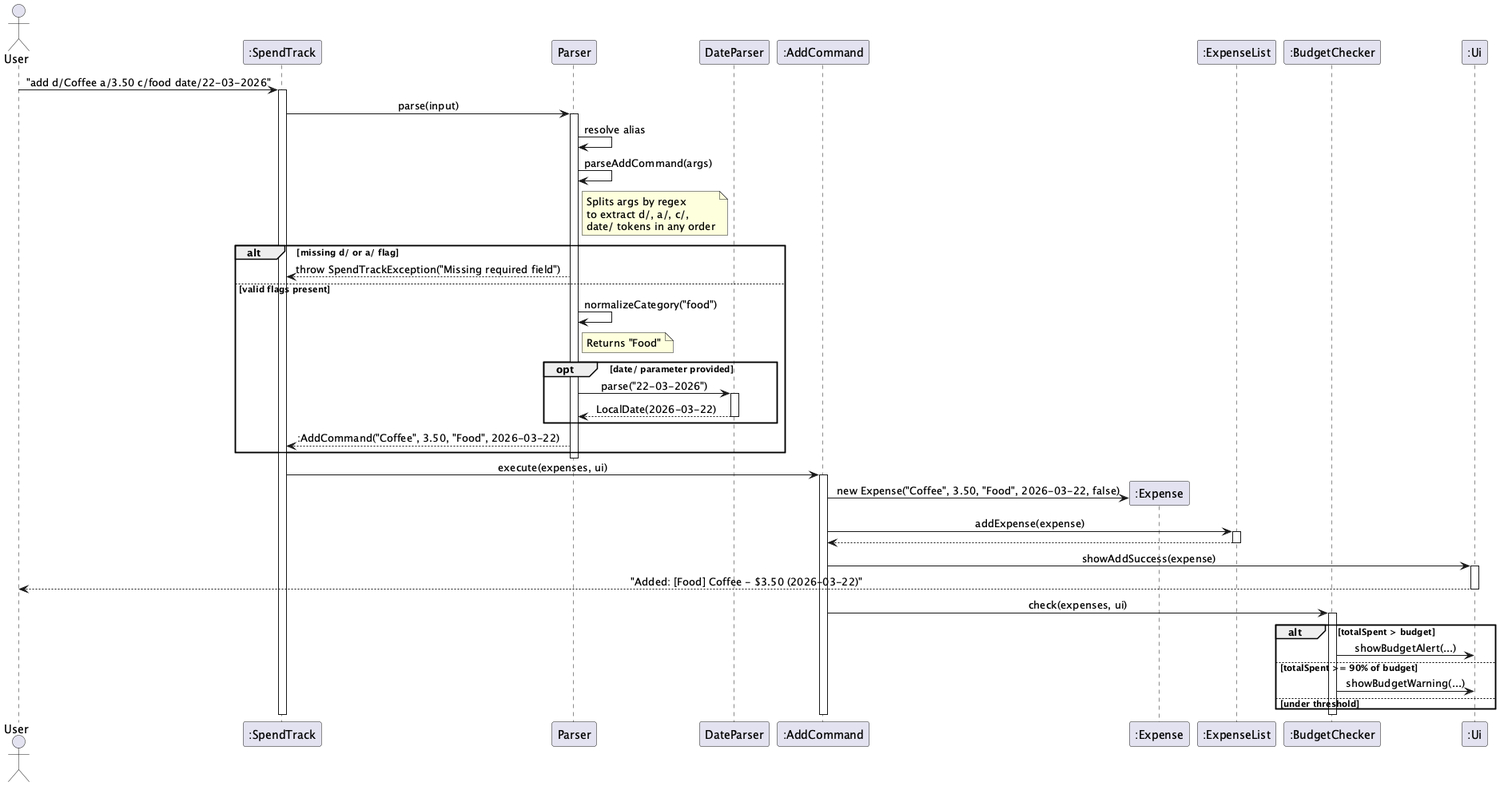
This is docs/images/AddCommandSequence.png from AbhijitBalajee/tp, a PlantUML export, as it was before one commit.
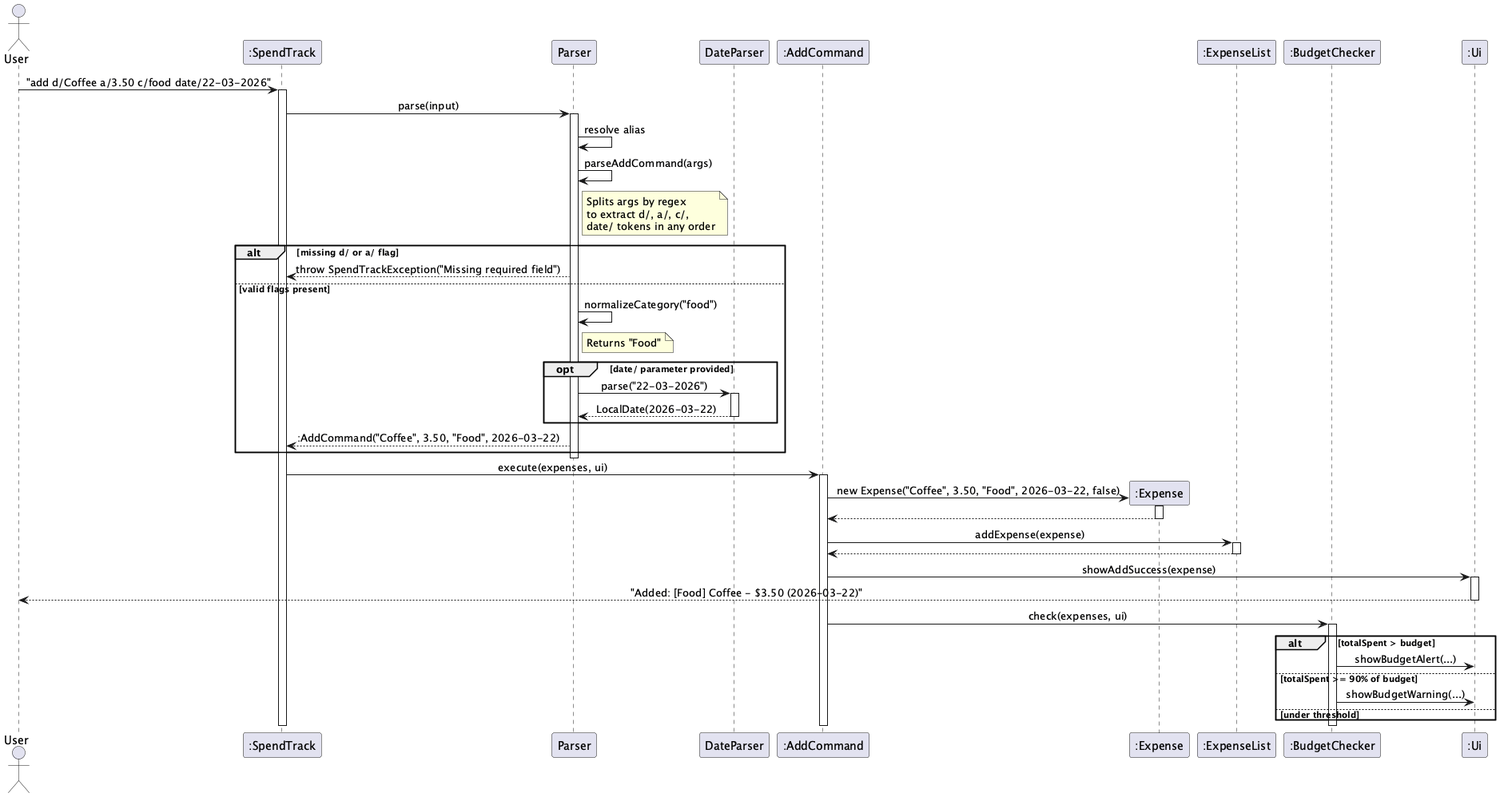
Later version of the same file.

Commit message:
fix: add constructor activation bar for Expense creation in add command SD

Diff of the diagram source:
```diff
@@ -46,6 +46,9 @@
 ST -> AC : execute(expenses, ui)
 activate AC
 AC -> E ** : new Expense("Coffee", 3.50, "Food", 2026-03-22, false)
+activate E
+E --> AC
+deactivate E
 AC -> EL : addExpense(expense)
 activate EL
 EL --> AC
```
